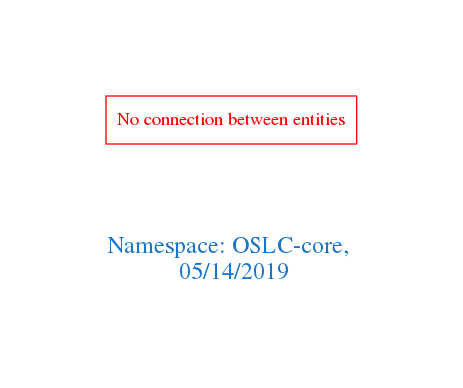
Before: downloads/OSLC-core.png, a diagram exported from Graphviz (arago/OGIT). Its source is kept beside it as downloads/OSLC-core.dot.
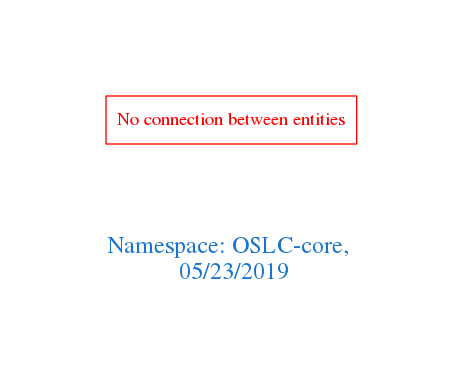
After the change.

What changed in the source:
```diff
@@ -1,7 +1,7 @@
 digraph OGIT_ontology {
  graph [ rankdir= LR,pad=1
 fontsize = 18,
-fontcolor= dodgerblue3,label = "\n\n\nNamespace: OSLC-core, \n 05/14/2019"];
+fontcolor= dodgerblue3,label = "\n\n\nNamespace: OSLC-core, \n 05/23/2019"];
 node[shape=polygon];
 edge [  color="gray81"];
 
```
